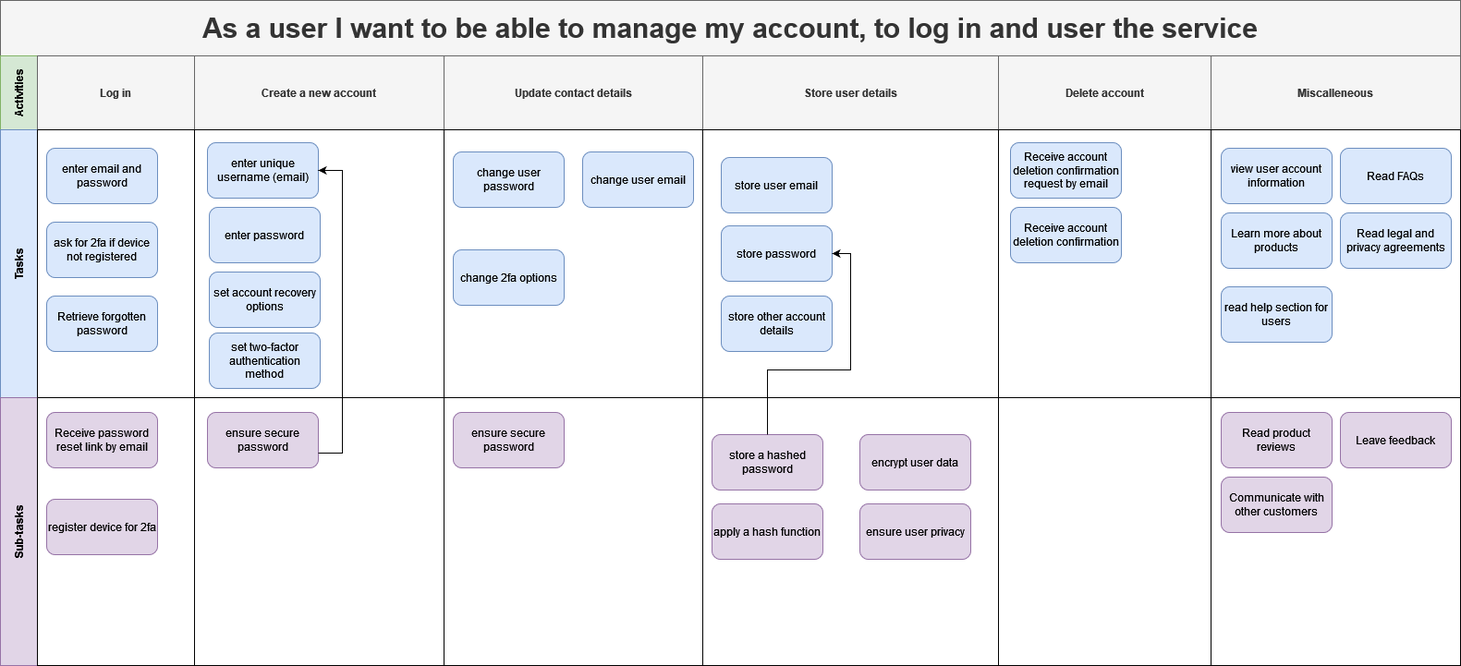
Earlier version of the draw.io export Documentation/Project Diagrams/Story Maps/Manage Account Theme.png (ickeyben123/AR). Source tidied: cells renumbered, new cells last; positions are measured from the earlier drawing's top-left corner, leaving out a move shared by most shapes. Source of this version:
```xml
<mxGraphModel>
  <root>
    <mxCell id="0" />
    <mxCell id="1" parent="0" />
    <mxCell id="2" value="As a user I want to be able to manage my account, to log in and user the service" style="shape=table;rowLines=0;columnLines=0;startSize=60;html=1;whiteSpace=wrap;fontStyle=1;align=center;labelBackgroundColor=none;strokeWidth=1;fontSize=30;fillColor=#f5f5f5;strokeColor=#666666;fontColor=#333333;" parent="1" vertex="1">
      <mxGeometry width="1580" height="720" as="geometry" />
    </mxCell>
    <mxCell id="3" value="Activities" style="swimlane;horizontal=0;startSize=40;html=1;whiteSpace=wrap;fontStyle=1;fillColor=#d5e8d4;strokeColor=#82b366;" parent="2" vertex="1">
      <mxGeometry y="60" width="1580" height="80" as="geometry" />
    </mxCell>
    <mxCell id="4" value="Log in" style="swimlane;startSize=80;html=1;whiteSpace=wrap;fillColor=#f5f5f5;strokeColor=#666666;fontColor=#333333;" parent="3" vertex="1">
      <mxGeometry x="40" width="170" height="80" as="geometry" />
    </mxCell>
    <mxCell id="5" value="Create a new account" style="swimlane;startSize=80;html=1;whiteSpace=wrap;fillColor=#f5f5f5;strokeColor=#666666;fontColor=#333333;" parent="3" vertex="1">
      <mxGeometry x="210" width="270" height="80" as="geometry" />
    </mxCell>
    <mxCell id="6" value="Update contact details" style="swimlane;startSize=80;html=1;whiteSpace=wrap;fillColor=#f5f5f5;strokeColor=#666666;fontColor=#333333;" parent="3" vertex="1">
      <mxGeometry x="480" width="280" height="80" as="geometry" />
    </mxCell>
    <mxCell id="7" value="Store user details" style="swimlane;startSize=80;html=1;whiteSpace=wrap;fillColor=#f5f5f5;strokeColor=#666666;fontColor=#333333;" parent="3" vertex="1">
      <mxGeometry x="760" width="320" height="80" as="geometry" />
    </mxCell>
    <mxCell id="8" value="Delete account" style="swimlane;startSize=80;html=1;whiteSpace=wrap;fillColor=#f5f5f5;strokeColor=#666666;fontColor=#333333;" parent="3" vertex="1">
      <mxGeometry x="1080" width="230" height="80" as="geometry" />
    </mxCell>
    <mxCell id="9" value="Miscalleneous" style="swimlane;startSize=80;html=1;whiteSpace=wrap;fillColor=#f5f5f5;strokeColor=#666666;fontColor=#333333;" parent="3" vertex="1">
      <mxGeometry x="1310" width="270" height="80" as="geometry" />
    </mxCell>
    <mxCell id="10" value="Tasks" style="swimlane;horizontal=0;startSize=40;html=1;whiteSpace=wrap;fillColor=#dae8fc;strokeColor=#6c8ebf;" parent="2" vertex="1">
      <mxGeometry y="140" width="1580" height="290" as="geometry" />
    </mxCell>
    <mxCell id="11" style="swimlane;startSize=0;html=1;whiteSpace=wrap;" parent="10" vertex="1">
      <mxGeometry x="40" width="170" height="290" as="geometry" />
    </mxCell>
    <mxCell id="12" value="Retrieve forgotten password" style="rounded=1;whiteSpace=wrap;html=1;strokeWidth=1;fillColor=#dae8fc;strokeColor=#6c8ebf;" parent="11" vertex="1">
      <mxGeometry x="10" y="180" width="120" height="60" as="geometry" />
    </mxCell>
    <mxCell id="13" value="enter email and password" style="rounded=1;whiteSpace=wrap;html=1;strokeWidth=1;fillColor=#dae8fc;strokeColor=#6c8ebf;" parent="11" vertex="1">
      <mxGeometry x="10" y="20" width="120" height="60" as="geometry" />
    </mxCell>
    <mxCell id="14" value="ask for 2fa if device not registered" style="rounded=1;whiteSpace=wrap;html=1;strokeWidth=1;fillColor=#dae8fc;strokeColor=#6c8ebf;" parent="11" vertex="1">
      <mxGeometry x="10" y="100" width="120" height="60" as="geometry" />
    </mxCell>
    <mxCell id="15" style="swimlane;startSize=0;html=1;whiteSpace=wrap;" parent="10" vertex="1">
      <mxGeometry x="210" width="270" height="290" as="geometry" />
    </mxCell>
    <mxCell id="16" value="enter unique username (email)" style="rounded=1;whiteSpace=wrap;html=1;strokeWidth=1;fillColor=#dae8fc;strokeColor=#6c8ebf;" parent="15" vertex="1">
      <mxGeometry x="14" y="14" width="120" height="60" as="geometry" />
    </mxCell>
    <mxCell id="17" value="set two-factor authentication method" style="rounded=1;whiteSpace=wrap;html=1;strokeWidth=1;fillColor=#dae8fc;strokeColor=#6c8ebf;" parent="15" vertex="1">
      <mxGeometry x="16" y="220" width="120" height="60" as="geometry" />
    </mxCell>
    <mxCell id="18" value="set account recovery options" style="rounded=1;whiteSpace=wrap;html=1;strokeWidth=1;fillColor=#dae8fc;strokeColor=#6c8ebf;" parent="15" vertex="1">
      <mxGeometry x="16" y="154" width="120" height="60" as="geometry" />
    </mxCell>
    <mxCell id="19" value="enter password" style="rounded=1;whiteSpace=wrap;html=1;strokeWidth=1;fillColor=#dae8fc;strokeColor=#6c8ebf;" parent="15" vertex="1">
      <mxGeometry x="16" y="84" width="120" height="60" as="geometry" />
    </mxCell>
    <mxCell id="20" style="swimlane;startSize=0;html=1;whiteSpace=wrap;" parent="10" vertex="1">
      <mxGeometry x="480" width="280" height="290" as="geometry" />
    </mxCell>
    <mxCell id="21" value="change user password" style="rounded=1;whiteSpace=wrap;html=1;strokeWidth=1;fillColor=#dae8fc;strokeColor=#6c8ebf;" parent="20" vertex="1">
      <mxGeometry x="10" y="24" width="120" height="60" as="geometry" />
    </mxCell>
    <mxCell id="22" value="change user email" style="rounded=1;whiteSpace=wrap;html=1;strokeWidth=1;fillColor=#dae8fc;strokeColor=#6c8ebf;" parent="20" vertex="1">
      <mxGeometry x="150" y="24" width="120" height="60" as="geometry" />
    </mxCell>
    <mxCell id="23" value="change 2fa options" style="rounded=1;whiteSpace=wrap;html=1;strokeWidth=1;fillColor=#dae8fc;strokeColor=#6c8ebf;" parent="20" vertex="1">
      <mxGeometry x="10" y="130" width="120" height="60" as="geometry" />
    </mxCell>
    <mxCell id="24" style="swimlane;startSize=0;html=1;whiteSpace=wrap;" parent="10" vertex="1">
      <mxGeometry x="760" width="320" height="290" as="geometry" />
    </mxCell>
    <mxCell id="25" value="store user email" style="rounded=1;whiteSpace=wrap;html=1;strokeWidth=1;fillColor=#dae8fc;strokeColor=#6c8ebf;" parent="24" vertex="1">
      <mxGeometry x="20" y="30" width="120" height="60" as="geometry" />
    </mxCell>
    <mxCell id="26" value="store password" style="rounded=1;whiteSpace=wrap;html=1;strokeWidth=1;fillColor=#dae8fc;strokeColor=#6c8ebf;" parent="24" vertex="1">
      <mxGeometry x="20" y="104" width="120" height="60" as="geometry" />
    </mxCell>
    <mxCell id="27" value="store other account details" style="rounded=1;whiteSpace=wrap;html=1;strokeWidth=1;fillColor=#dae8fc;strokeColor=#6c8ebf;" parent="24" vertex="1">
      <mxGeometry x="20" y="180" width="120" height="60" as="geometry" />
    </mxCell>
    <mxCell id="28" style="swimlane;startSize=0;html=1;whiteSpace=wrap;" parent="10" vertex="1">
      <mxGeometry x="1080" width="230" height="290" as="geometry" />
    </mxCell>
    <mxCell id="29" value="Receive account deletion confirmation request by email" style="rounded=1;whiteSpace=wrap;html=1;strokeWidth=1;fillColor=#dae8fc;strokeColor=#6c8ebf;" parent="28" vertex="1">
      <mxGeometry x="13" y="14" width="120" height="60" as="geometry" />
    </mxCell>
    <mxCell id="30" value="Receive account deletion confirmation" style="rounded=1;whiteSpace=wrap;html=1;strokeWidth=1;fillColor=#dae8fc;strokeColor=#6c8ebf;" parent="28" vertex="1">
      <mxGeometry x="13" y="84" width="120" height="60" as="geometry" />
    </mxCell>
    <mxCell id="31" style="swimlane;startSize=0;html=1;whiteSpace=wrap;" parent="10" vertex="1">
      <mxGeometry x="1310" width="270" height="290" as="geometry" />
    </mxCell>
    <mxCell id="32" value="Read FAQs" style="rounded=1;whiteSpace=wrap;html=1;strokeWidth=1;fillColor=#dae8fc;strokeColor=#6c8ebf;" parent="31" vertex="1">
      <mxGeometry x="140" y="20" width="120" height="60" as="geometry" />
    </mxCell>
    <mxCell id="33" value="Read legal and privacy agreements" style="rounded=1;whiteSpace=wrap;html=1;strokeWidth=1;fillColor=#dae8fc;strokeColor=#6c8ebf;" parent="31" vertex="1">
      <mxGeometry x="140" y="90" width="120" height="60" as="geometry" />
    </mxCell>
    <mxCell id="34" value="Learn more about products" style="rounded=1;whiteSpace=wrap;html=1;strokeWidth=1;fillColor=#dae8fc;strokeColor=#6c8ebf;" parent="31" vertex="1">
      <mxGeometry x="11" y="90" width="120" height="60" as="geometry" />
    </mxCell>
    <mxCell id="35" value="read help section for users" style="rounded=1;whiteSpace=wrap;html=1;strokeWidth=1;fillColor=#dae8fc;strokeColor=#6c8ebf;" parent="31" vertex="1">
      <mxGeometry x="11" y="170" width="120" height="60" as="geometry" />
    </mxCell>
    <mxCell id="36" value="view user account information" style="rounded=1;whiteSpace=wrap;html=1;strokeWidth=1;fillColor=#dae8fc;strokeColor=#6c8ebf;" parent="31" vertex="1">
      <mxGeometry x="11" y="20" width="120" height="60" as="geometry" />
    </mxCell>
    <mxCell id="37" value="Sub-tasks" style="swimlane;horizontal=0;startSize=40;html=1;whiteSpace=wrap;fillColor=#e1d5e7;strokeColor=#9673a6;" parent="2" vertex="1">
      <mxGeometry y="430" width="1580" height="290" as="geometry" />
    </mxCell>
    <mxCell id="38" style="swimlane;startSize=0;html=1;whiteSpace=wrap;" parent="37" vertex="1">
      <mxGeometry x="40" width="170" height="290" as="geometry" />
    </mxCell>
    <mxCell id="39" value="Receive password reset link by email" style="rounded=1;whiteSpace=wrap;html=1;strokeWidth=1;fillColor=#e1d5e7;strokeColor=#9673a6;" parent="38" vertex="1">
      <mxGeometry x="10" y="16" width="120" height="60" as="geometry" />
    </mxCell>
    <mxCell id="40" value="register device for 2fa" style="rounded=1;whiteSpace=wrap;html=1;strokeWidth=1;fillColor=#e1d5e7;strokeColor=#9673a6;" parent="38" vertex="1">
      <mxGeometry x="10" y="110" width="120" height="60" as="geometry" />
    </mxCell>
    <mxCell id="41" style="swimlane;startSize=0;html=1;whiteSpace=wrap;" parent="37" vertex="1">
      <mxGeometry x="210" width="270" height="290" as="geometry" />
    </mxCell>
    <mxCell id="42" value="ensure secure password" style="rounded=1;whiteSpace=wrap;html=1;strokeWidth=1;fillColor=#e1d5e7;strokeColor=#9673a6;" parent="41" vertex="1">
      <mxGeometry x="14" y="16" width="120" height="60" as="geometry" />
    </mxCell>
    <mxCell id="43" style="swimlane;startSize=0;html=1;whiteSpace=wrap;" parent="37" vertex="1">
      <mxGeometry x="480" width="280" height="290" as="geometry" />
    </mxCell>
    <mxCell id="44" value="ensure secure password" style="rounded=1;whiteSpace=wrap;html=1;strokeWidth=1;fillColor=#e1d5e7;strokeColor=#9673a6;" parent="43" vertex="1">
      <mxGeometry x="10" y="16" width="120" height="60" as="geometry" />
    </mxCell>
    <mxCell id="45" style="swimlane;startSize=0;html=1;whiteSpace=wrap;" parent="37" vertex="1">
      <mxGeometry x="760" width="320" height="290" as="geometry" />
    </mxCell>
    <mxCell id="46" value="apply a hash function " style="rounded=1;whiteSpace=wrap;html=1;strokeWidth=1;fillColor=#e1d5e7;strokeColor=#9673a6;" parent="45" vertex="1">
      <mxGeometry x="10" y="115" width="120" height="60" as="geometry" />
    </mxCell>
    <mxCell id="47" value="store a hashed password" style="rounded=1;whiteSpace=wrap;html=1;strokeWidth=1;fillColor=#e1d5e7;strokeColor=#9673a6;" parent="45" vertex="1">
      <mxGeometry x="10" y="40" width="120" height="60" as="geometry" />
    </mxCell>
    <mxCell id="48" value="encrypt user data" style="rounded=1;whiteSpace=wrap;html=1;strokeWidth=1;fillColor=#e1d5e7;strokeColor=#9673a6;" parent="45" vertex="1">
      <mxGeometry x="170" y="40" width="120" height="60" as="geometry" />
    </mxCell>
    <mxCell id="49" value="ensure user privacy" style="rounded=1;whiteSpace=wrap;html=1;strokeWidth=1;fillColor=#e1d5e7;strokeColor=#9673a6;" parent="45" vertex="1">
      <mxGeometry x="170" y="115" width="120" height="60" as="geometry" />
    </mxCell>
    <mxCell id="50" style="swimlane;startSize=0;html=1;whiteSpace=wrap;" parent="37" vertex="1">
      <mxGeometry x="1080" width="230" height="290" as="geometry" />
    </mxCell>
    <mxCell id="51" style="swimlane;startSize=0;html=1;whiteSpace=wrap;" parent="37" vertex="1">
      <mxGeometry x="1310" width="270" height="290" as="geometry" />
    </mxCell>
    <mxCell id="52" value="Read product reviews" style="rounded=1;whiteSpace=wrap;html=1;strokeWidth=1;fillColor=#e1d5e7;strokeColor=#9673a6;" parent="51" vertex="1">
      <mxGeometry x="11" y="16" width="120" height="60" as="geometry" />
    </mxCell>
    <mxCell id="53" value="Communicate with other customers" style="rounded=1;whiteSpace=wrap;html=1;strokeWidth=1;fillColor=#e1d5e7;strokeColor=#9673a6;" parent="51" vertex="1">
      <mxGeometry x="11" y="86" width="120" height="60" as="geometry" />
    </mxCell>
    <mxCell id="54" value="Leave feedback" style="rounded=1;whiteSpace=wrap;html=1;strokeWidth=1;fillColor=#e1d5e7;strokeColor=#9673a6;" parent="51" vertex="1">
      <mxGeometry x="140" y="16" width="120" height="60" as="geometry" />
    </mxCell>
    <mxCell id="55" style="edgeStyle=orthogonalEdgeStyle;rounded=0;jettySize=auto;html=1;entryX=1;entryY=0.5;entryDx=0;entryDy=0;" parent="2" edge="1" source="42" target="16">
      <mxGeometry relative="1" as="geometry">
        <Array as="points">
          <mxPoint x="370" y="490" />
          <mxPoint x="370" y="184" />
        </Array>
      </mxGeometry>
    </mxCell>
    <mxCell id="56" style="edgeStyle=orthogonalEdgeStyle;rounded=0;jettySize=auto;html=1;exitX=0.5;exitY=0;exitDx=0;exitDy=0;entryX=1;entryY=0.5;entryDx=0;entryDy=0;" parent="2" edge="1" source="47" target="26">
      <mxGeometry relative="1" as="geometry">
        <Array as="points">
          <mxPoint x="830" y="400" />
          <mxPoint x="920" y="400" />
          <mxPoint x="920" y="274" />
        </Array>
      </mxGeometry>
    </mxCell>
  </root>
</mxGraphModel>
```
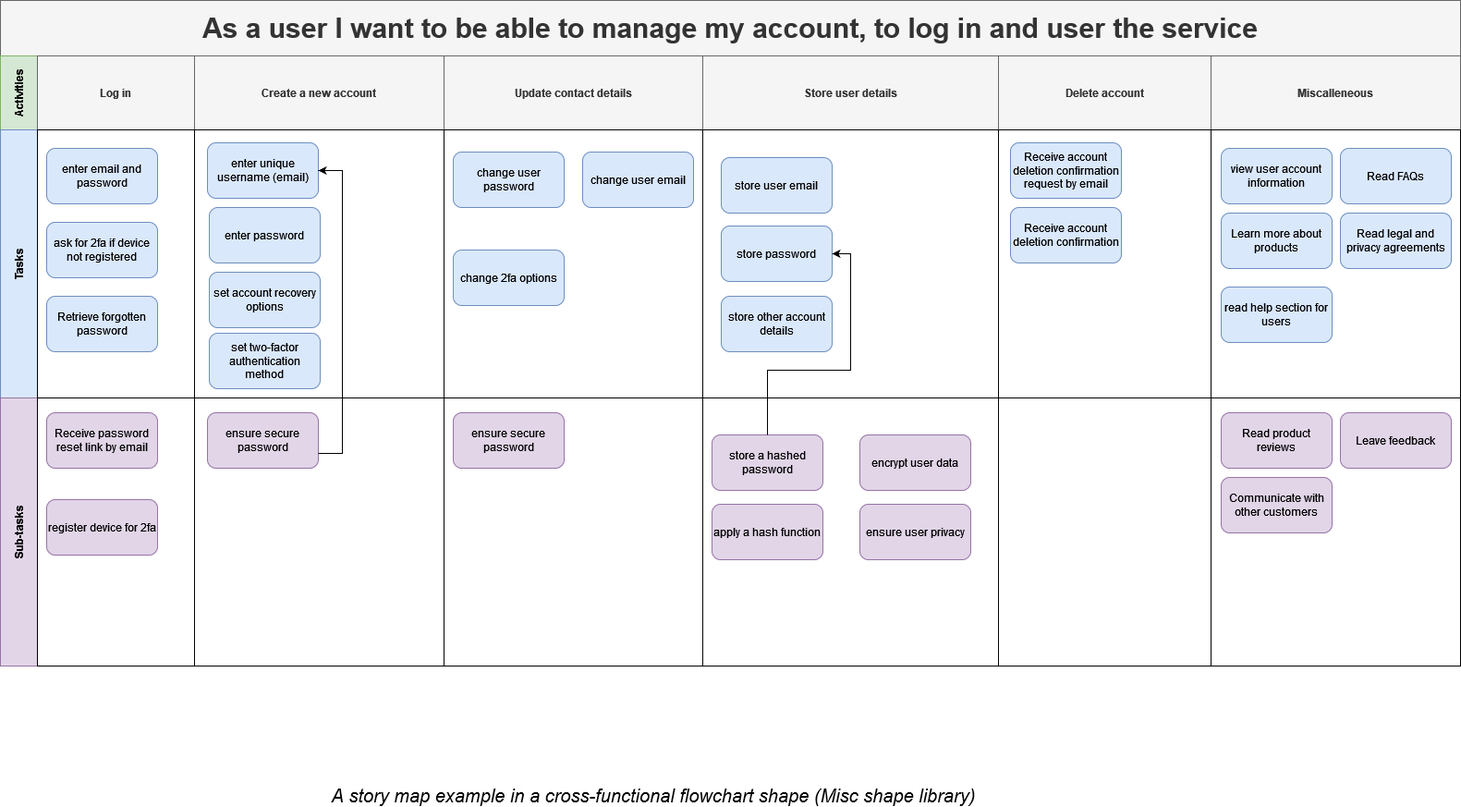
After the change.

Commit message:
Update story maps for all themes.

The edit, as a diff of the source:
```diff
@@ -178,5 +178,8 @@
         </Array>
       </mxGeometry>
     </mxCell>
+    <mxCell id="57" value="A story map example in a cross-functional flowchart shape (Misc shape library)" style="text;html=1;strokeColor=none;fillColor=none;align=center;verticalAlign=middle;whiteSpace=wrap;rounded=0;fontSize=20;fontStyle=2;" parent="1" vertex="1">
+      <mxGeometry x="192" y="850" width="1030" height="20" as="geometry" />
+    </mxCell>
   </root>
 </mxGraphModel>
```
